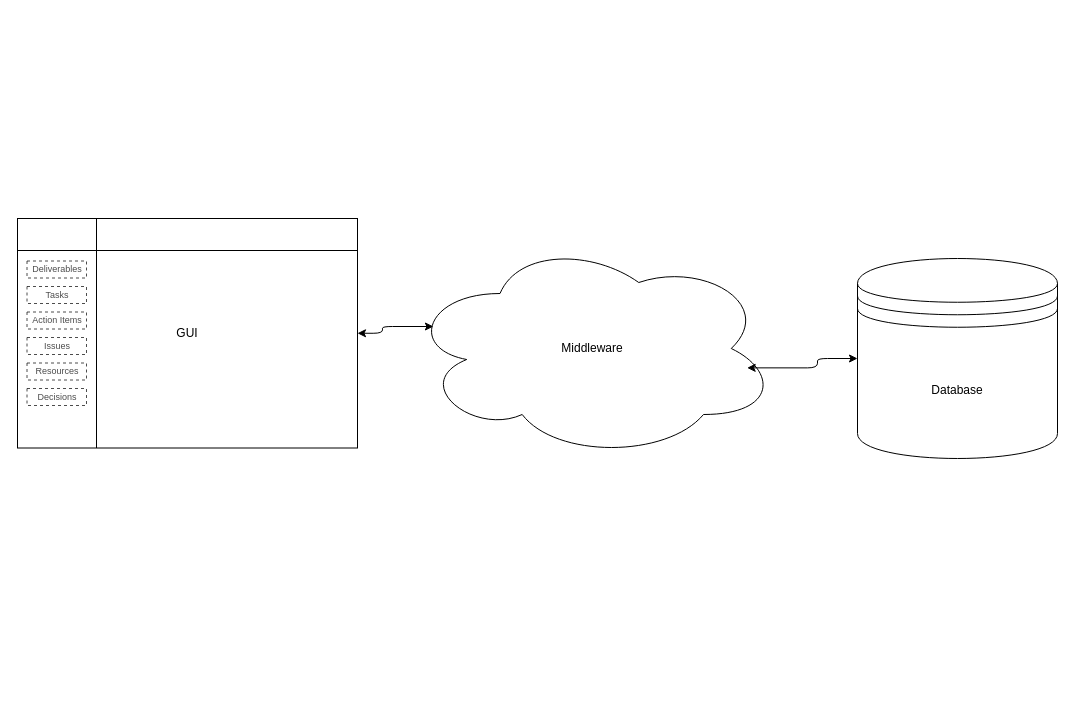
The draw.io diagram High level design.drawio in alicebalayan/comp380---project3, before the edit. Source tidied: cells renumbered, new cells numbered last; positions are measured from the earlier drawing's top-left corner, leaving out a move shared by most shapes. Both pictures are drawn from the tidied source at 100%, with x=0, y=0 at pixel (17, 218).
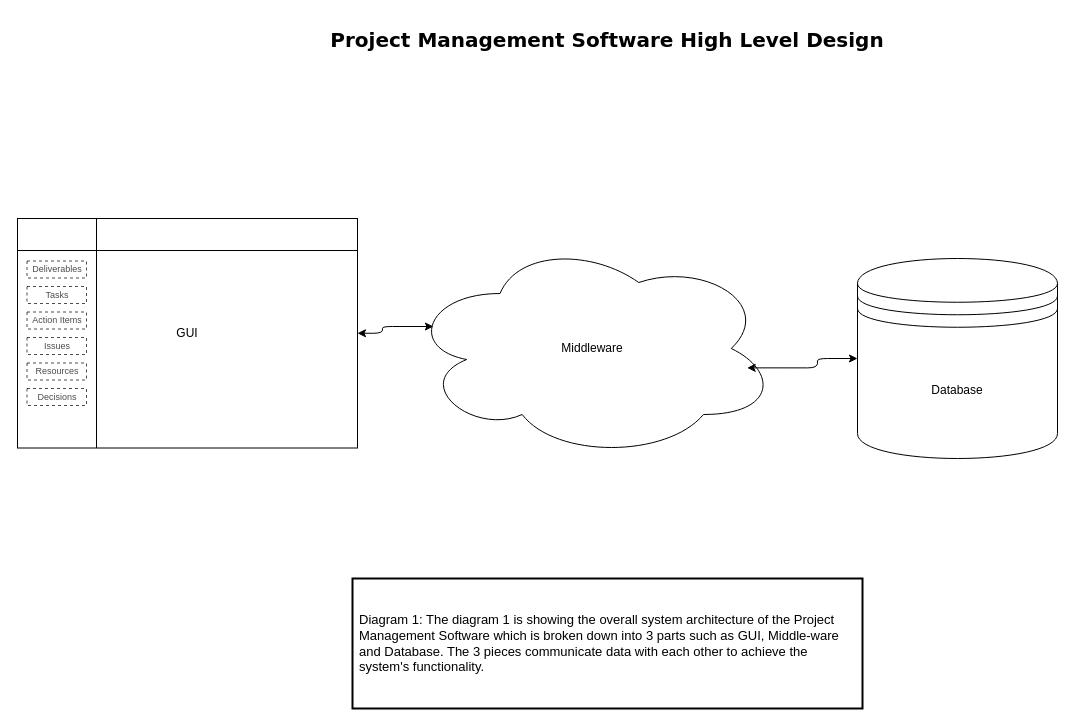
Above is the later version.

Change to the diagram source:
```diff
@@
 <mxGraphModel>
   <root>
     <mxCell id="0" />
     <mxCell id="1" parent="0" />
     <mxCell id="2" value="Middleware" style="ellipse;shape=cloud;whiteSpace=wrap;html=1;align=center;" parent="1" vertex="1">
       <mxGeometry x="390" y="20" width="370" height="220" as="geometry" />
     </mxCell>
     <mxCell id="3" value="Database" style="shape=datastore;whiteSpace=wrap;html=1;" parent="1" vertex="1">
       <mxGeometry x="840" y="40" width="200" height="200" as="geometry" />
     </mxCell>
     <mxCell id="4" style="endArrow=classic;startArrow=classic;html=1;exitX=0.918;exitY=0.588;exitDx=0;exitDy=0;exitPerimeter=0;edgeStyle=orthogonalEdgeStyle;" parent="1" edge="1" source="2" target="3">
       <mxGeometry relative="1" as="geometry" />
     </mxCell>
     <mxCell id="5" style="endArrow=classic;startArrow=classic;html=1;exitX=1;exitY=0.5;exitDx=0;exitDy=0;entryX=0.07;entryY=0.4;entryDx=0;entryDy=0;entryPerimeter=0;edgeStyle=orthogonalEdgeStyle;" parent="1" edge="1" source="7" target="2">
       <mxGeometry relative="1" as="geometry" />
     </mxCell>
     <mxCell id="6" style="group;" parent="1" vertex="1">
       <mxGeometry width="340" height="229.5" as="geometry" />
     </mxCell>
     <mxCell id="7" value="GUI" style="shape=internalStorage;whiteSpace=wrap;html=1;backgroundOutline=1;dx=79;dy=32;" parent="6" vertex="1">
       <mxGeometry width="340" height="229.5" as="geometry" />
     </mxCell>
     <mxCell id="8" style="group;" parent="6" vertex="1">
       <mxGeometry x="9.5" y="42.5" width="59.5" height="144.5" as="geometry" />
     </mxCell>
     <mxCell id="9" value="Deliverables" style="rounded=0;whiteSpace=wrap;html=1;opacity=70;strokeColor=#000000;dashed=1;textOpacity=70;horizontal=1;fontSize=9;" parent="8" vertex="1">
       <mxGeometry width="59.5" height="17" as="geometry" />
     </mxCell>
     <mxCell id="10" value="Tasks" style="rounded=0;whiteSpace=wrap;html=1;opacity=70;strokeColor=#000000;dashed=1;textOpacity=70;horizontal=1;fontSize=9;" parent="8" vertex="1">
       <mxGeometry y="25.5" width="59.5" height="17" as="geometry" />
     </mxCell>
     <mxCell id="11" value="Action Items" style="rounded=0;whiteSpace=wrap;html=1;opacity=70;strokeColor=#000000;dashed=1;textOpacity=70;horizontal=1;fontSize=9;" parent="8" vertex="1">
       <mxGeometry y="51" width="59.5" height="17" as="geometry" />
     </mxCell>
     <mxCell id="12" value="&lt;span style=&quot;text-indent: -24px; white-space: normal; font-size: 9px;&quot;&gt;Issues&lt;br style=&quot;font-size: 9px;&quot;&gt;&lt;/span&gt;" style="rounded=0;whiteSpace=wrap;html=1;opacity=70;strokeColor=#000000;dashed=1;textOpacity=70;align=center;horizontal=1;fontSize=9;" parent="8" vertex="1">
       <mxGeometry y="76.5" width="59.5" height="17" as="geometry" />
     </mxCell>
     <mxCell id="13" value="&lt;span style=&quot;white-space: normal; font-size: 9px;&quot;&gt;Resources&lt;/span&gt;" style="rounded=0;whiteSpace=wrap;html=1;opacity=70;strokeColor=#000000;dashed=1;textOpacity=70;horizontal=1;fontSize=9;" parent="8" vertex="1">
       <mxGeometry y="102" width="59.5" height="17" as="geometry" />
     </mxCell>
     <mxCell id="14" value="&lt;span style=&quot;white-space: normal; font-size: 9px;&quot;&gt;Decisions&lt;/span&gt;" style="rounded=0;whiteSpace=wrap;html=1;opacity=70;strokeColor=#000000;dashed=1;textOpacity=70;horizontal=1;fontSize=9;" parent="8" vertex="1">
       <mxGeometry y="127.5" width="59.5" height="17" as="geometry" />
     </mxCell>
+    <mxCell id="15" value="&lt;div style=&quot;font-size: 13px;&quot;&gt;Diagram 1: The diagram 1 is showing the overall system architecture of the Project Management Software which is broken down into 3 parts such as GUI, Middle-ware and Database. The 3 pieces communicate data with each other to achieve the system's functionality.&lt;/div&gt;" style="rounded=0;whiteSpace=wrap;html=1;align=left;strokeWidth=2;spacingLeft=5;spacingRight=5;fontSize=13;" parent="1" vertex="1">
+      <mxGeometry x="335" y="360" width="510" height="130" as="geometry" />
+    </mxCell>
+    <mxCell id="16" value="&lt;div style=&quot;font-size: 20px;&quot;&gt;Project Management Software High Level Design&lt;/div&gt;&lt;div style=&quot;font-size: 20px;&quot;&gt;&lt;br style=&quot;font-size: 20px;&quot;&gt;&lt;/div&gt;" style="rounded=0;whiteSpace=wrap;html=1;align=center;strokeWidth=2;spacingLeft=5;spacingRight=5;fontSize=20;fontStyle=1;strokeColor=#FFFFFF;spacingTop=15;fontFamily=Verdana;" parent="1" vertex="1">
+      <mxGeometry x="280" y="-200" width="620" height="50" as="geometry" />
+    </mxCell>
   </root>
 </mxGraphModel>
```
